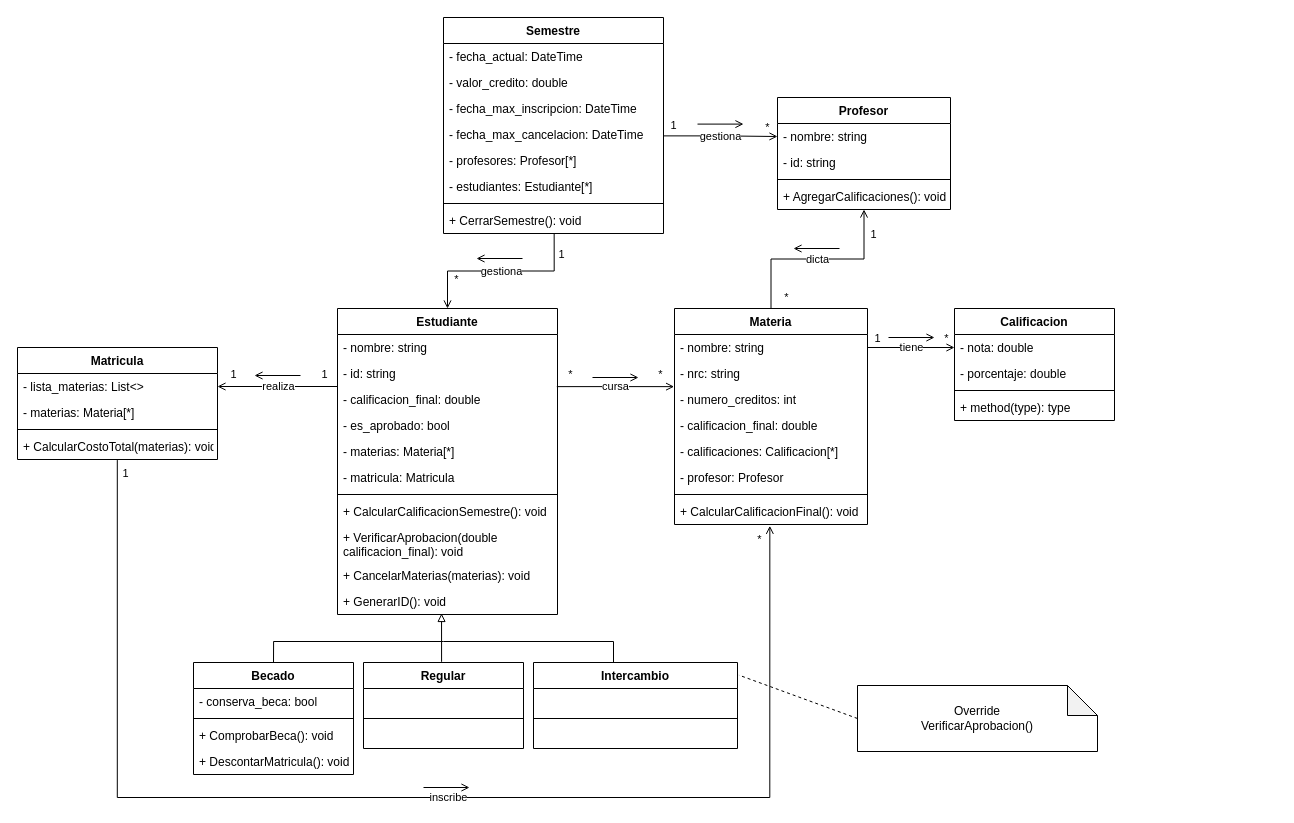
Above: Diagrama UML.drawio in samuelperezh/sistema-universitario-poo (draw.io), before the change. Source tidied: cells renumbered, new cells numbered last; positions are measured from the earlier drawing's top-left corner, leaving out a move shared by most shapes. Both pictures are drawn from the tidied source at 100%, with x=0, y=0 at pixel (17, 17).
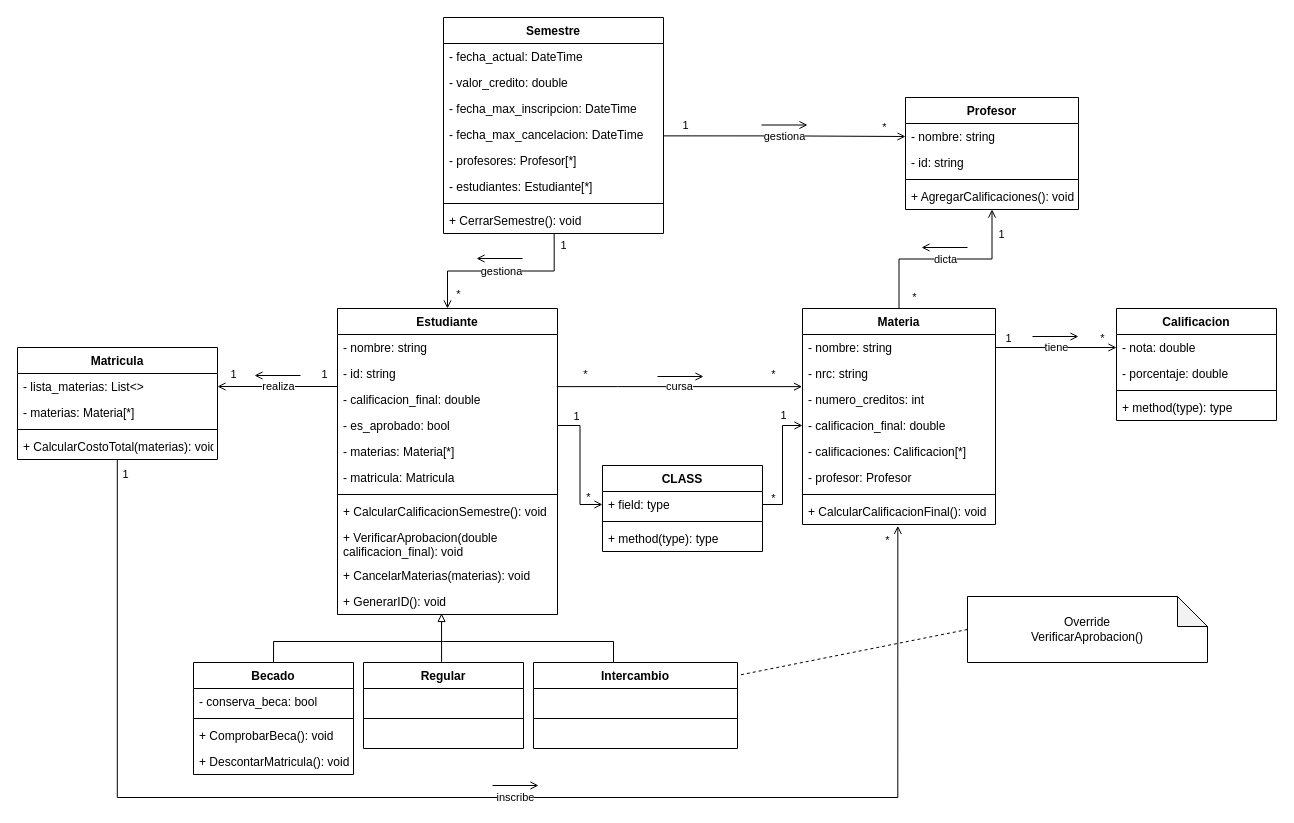
After the change.

Commit message (it also covers changes not shown here):
Diagrama UML v2.0

Unchanged cells that the change refers to:
```xml
<mxCell id="2" value="gestiona" style="edgeStyle=orthogonalEdgeStyle;rounded=0;jettySize=auto;html=1;exitX=0.5;exitY=0;exitDx=0;exitDy=0;entryX=0.503;entryY=1;entryDx=0;entryDy=0;entryPerimeter=0;startArrow=open;startFill=0;endArrow=none;endFill=0;labelBackgroundColor=default;fontStyle=0;" parent="1" edge="1" source="5" target="50">
  <mxGeometry relative="1" as="geometry" />
</mxCell>
<mxCell id="9" value="- es_aprobado: bool" style="text;strokeColor=none;fillColor=none;align=left;verticalAlign=top;spacingLeft=4;spacingRight=4;overflow=hidden;points=[[0,0.5],[1,0.5]];portConstraint=eastwest;" parent="5" vertex="1">
  <mxGeometry y="104" width="220" height="26" as="geometry" />
</mxCell>
<mxCell id="29" value="+ CalcularCostoTotal(materias): void" style="text;strokeColor=none;fillColor=none;align=left;verticalAlign=top;spacingLeft=4;spacingRight=4;overflow=hidden;points=[[0,0.5],[1,0.5]];portConstraint=eastwest;" parent="25" vertex="1">
  <mxGeometry y="86" width="200" height="26" as="geometry" />
</mxCell>
<mxCell id="37" value="- calificacion_final: double" style="text;strokeColor=none;fillColor=none;align=left;verticalAlign=top;spacingLeft=4;spacingRight=4;overflow=hidden;points=[[0,0.5],[1,0.5]];portConstraint=eastwest;" parent="33" vertex="1">
  <mxGeometry y="104" width="193" height="26" as="geometry" />
</mxCell>
<mxCell id="41" value="+ CalcularCalificacionFinal(): void" style="text;strokeColor=none;fillColor=none;align=left;verticalAlign=top;spacingLeft=4;spacingRight=4;overflow=hidden;points=[[0,0.5],[1,0.5]];portConstraint=eastwest;" parent="33" vertex="1">
  <mxGeometry y="190" width="193" height="26" as="geometry" />
</mxCell>
```

What changed in the source:
```diff
@@
     <mxCell id="3" value="1" style="edgeLabel;html=1;align=center;verticalAlign=middle;labelBackgroundColor=none;" parent="2" vertex="1">
       <mxGeometry x="0.79" y="-1" relative="1" as="geometry">
-        <mxPoint x="6" y="2" as="offset" />
+        <mxPoint x="8" y="-7" as="offset" />
       </mxGeometry>
     </mxCell>
     <mxCell id="4" value="*" style="edgeLabel;html=1;align=center;verticalAlign=middle;labelBackgroundColor=none;" parent="2" vertex="1">
       <mxGeometry x="-0.7" relative="1" as="geometry">
-        <mxPoint x="8" y="-3" as="offset" />
+        <mxPoint x="10" y="12" as="offset" />
       </mxGeometry>
     </mxCell>
@@
     <mxCell id="17" value="Calificacion" style="swimlane;fontStyle=1;align=center;verticalAlign=top;horizontal=1;startSize=26;fillColor=none;" parent="1" vertex="1">
-      <mxGeometry x="937" y="291" width="160" height="112" as="geometry" />
+      <mxGeometry x="1099" y="291" width="160" height="112" as="geometry" />
     </mxCell>
@@
     <mxCell id="22" value="inscribe" style="edgeStyle=orthogonalEdgeStyle;rounded=0;jettySize=auto;html=1;startArrow=none;startFill=0;endArrow=open;endFill=0;entryX=0.494;entryY=1.051;entryDx=0;entryDy=0;entryPerimeter=0;exitX=0.499;exitY=1.022;exitDx=0;exitDy=0;exitPerimeter=0;" parent="1" edge="1" source="29" target="41">
       <mxGeometry x="0.06" relative="1" as="geometry">
         <Array as="points">
           <mxPoint x="100" y="780" />
-          <mxPoint x="752" y="780" />
+          <mxPoint x="880" y="780" />
         </Array>
       </mxGeometry>
     </mxCell>
@@
     <mxCell id="33" value="Materia" style="swimlane;fontStyle=1;align=center;verticalAlign=top;horizontal=1;startSize=26;fillColor=none;" parent="1" vertex="1">
-      <mxGeometry x="657" y="291" width="193" height="216" as="geometry" />
+      <mxGeometry x="785" y="291" width="193" height="216" as="geometry" />
     </mxCell>
@@
     <mxCell id="51" value="Profesor" style="swimlane;fontStyle=1;align=center;verticalAlign=top;horizontal=1;startSize=26;fillColor=none;" parent="1" vertex="1">
-      <mxGeometry x="760" y="80" width="173" height="112" as="geometry" />
+      <mxGeometry x="888" y="80" width="173" height="112" as="geometry" />
     </mxCell>
@@
     <mxCell id="91" value="Override&lt;br&gt;VerificarAprobacion()" style="shape=note;whiteSpace=wrap;html=1;backgroundOutline=1;darkOpacity=0.05;" parent="1" vertex="1">
-      <mxGeometry x="840" y="668" width="240" height="66" as="geometry" />
+      <mxGeometry x="950" y="579" width="240" height="66" as="geometry" />
     </mxCell>
@@
     <mxCell id="93" style="endArrow=none;html=1;rounded=0;endFill=0;labelBackgroundColor=default;startArrow=open;startFill=0;" parent="1" edge="1">
       <mxGeometry relative="1" as="geometry">
-        <mxPoint x="726" y="106.6" as="sourcePoint" />
-        <mxPoint x="680" y="106.6" as="targetPoint" />
+        <mxPoint x="790" y="107.5" as="sourcePoint" />
+        <mxPoint x="744" y="107.5" as="targetPoint" />
       </mxGeometry>
     </mxCell>
     <mxCell id="94" style="endArrow=open;html=1;rounded=0;endFill=0;labelBackgroundColor=default;" parent="1" edge="1">
       <mxGeometry relative="1" as="geometry">
-        <mxPoint x="822" y="231" as="sourcePoint" />
-        <mxPoint x="776" y="231" as="targetPoint" />
+        <mxPoint x="950" y="230" as="sourcePoint" />
+        <mxPoint x="904" y="230" as="targetPoint" />
       </mxGeometry>
     </mxCell>
     <mxCell id="95" style="endArrow=none;html=1;rounded=0;endFill=0;labelBackgroundColor=default;startArrow=open;startFill=0;" parent="1" edge="1">
       <mxGeometry relative="1" as="geometry">
-        <mxPoint x="917" y="320" as="sourcePoint" />
-        <mxPoint x="871" y="320" as="targetPoint" />
+        <mxPoint x="1061" y="319" as="sourcePoint" />
+        <mxPoint x="1015" y="319" as="targetPoint" />
       </mxGeometry>
     </mxCell>
     <mxCell id="96" style="endArrow=none;html=1;rounded=0;endFill=0;labelBackgroundColor=default;startArrow=open;startFill=0;" parent="1" edge="1">
       <mxGeometry relative="1" as="geometry">
-        <mxPoint x="621" y="360" as="sourcePoint" />
-        <mxPoint x="575" y="360" as="targetPoint" />
+        <mxPoint x="686" y="359" as="sourcePoint" />
+        <mxPoint x="640" y="359" as="targetPoint" />
       </mxGeometry>
     </mxCell>
@@
     <mxCell id="98" style="endArrow=none;html=1;rounded=0;endFill=0;labelBackgroundColor=default;startArrow=open;startFill=0;" parent="1" edge="1">
       <mxGeometry relative="1" as="geometry">
-        <mxPoint x="452" y="770" as="sourcePoint" />
-        <mxPoint x="406" y="770" as="targetPoint" />
+        <mxPoint x="521" y="768" as="sourcePoint" />
+        <mxPoint x="475" y="768" as="targetPoint" />
       </mxGeometry>
     </mxCell>
+    <mxCell id="99" value="CLASS" style="swimlane;fontStyle=1;align=center;verticalAlign=top;horizontal=1;startSize=26;fillColor=none;" parent="1" vertex="1">
+      <mxGeometry x="585" y="448" width="160" height="86" as="geometry" />
+    </mxCell>
+    <mxCell id="100" value="+ field: type" style="text;strokeColor=none;fillColor=none;align=left;verticalAlign=top;spacingLeft=4;spacingRight=4;overflow=hidden;points=[[0,0.5],[1,0.5]];portConstraint=eastwest;" parent="99" vertex="1">
+      <mxGeometry y="26" width="160" height="26" as="geometry" />
+    </mxCell>
+    <mxCell id="101" style="line;strokeWidth=1;fillColor=none;align=left;verticalAlign=middle;spacingTop=-1;spacingLeft=3;spacingRight=3;labelPosition=right;" parent="99" vertex="1">
+      <mxGeometry y="52" width="160" height="8" as="geometry" />
+    </mxCell>
+    <mxCell id="102" value="+ method(type): type" style="text;strokeColor=none;fillColor=none;align=left;verticalAlign=top;spacingLeft=4;spacingRight=4;overflow=hidden;" parent="99" vertex="1">
+      <mxGeometry y="60" width="160" height="26" as="geometry" />
+    </mxCell>
+    <mxCell id="103" style="edgeStyle=orthogonalEdgeStyle;rounded=0;jettySize=auto;html=1;exitX=1;exitY=0.5;exitDx=0;exitDy=0;entryX=0;entryY=0.5;entryDx=0;entryDy=0;endArrow=open;endFill=0;" parent="1" edge="1" source="9" target="100">
+      <mxGeometry relative="1" as="geometry" />
+    </mxCell>
+    <mxCell id="104" value="1" style="edgeLabel;html=1;align=center;verticalAlign=middle;labelBackgroundColor=none;" parent="103" vertex="1">
+      <mxGeometry x="-0.6" relative="1" as="geometry">
+        <mxPoint x="-4" y="-12" as="offset" />
+      </mxGeometry>
+    </mxCell>
+    <mxCell id="105" value="*" style="edgeLabel;html=1;align=center;verticalAlign=middle;labelBackgroundColor=none;" parent="103" vertex="1">
+      <mxGeometry x="0.62" y="1" relative="1" as="geometry">
+        <mxPoint x="7" y="-6" as="offset" />
+      </mxGeometry>
+    </mxCell>
+    <mxCell id="106" style="edgeStyle=orthogonalEdgeStyle;rounded=0;jettySize=auto;html=1;exitX=1;exitY=0.5;exitDx=0;exitDy=0;entryX=0;entryY=0.5;entryDx=0;entryDy=0;endArrow=open;endFill=0;" parent="1" edge="1" source="100" target="37">
+      <mxGeometry relative="1" as="geometry" />
+    </mxCell>
+    <mxCell id="107" value="1" style="edgeLabel;html=1;align=center;verticalAlign=middle;labelBackgroundColor=none;" parent="106" vertex="1">
+      <mxGeometry x="0.66" y="1" relative="1" as="geometry">
+        <mxPoint y="-10" as="offset" />
+      </mxGeometry>
+    </mxCell>
+    <mxCell id="108" value="*" style="edgeLabel;html=1;align=center;verticalAlign=middle;labelBackgroundColor=none;" parent="106" vertex="1">
+      <mxGeometry x="-0.64" relative="1" as="geometry">
+        <mxPoint x="-10" y="-6" as="offset" />
+      </mxGeometry>
+    </mxCell>
```
